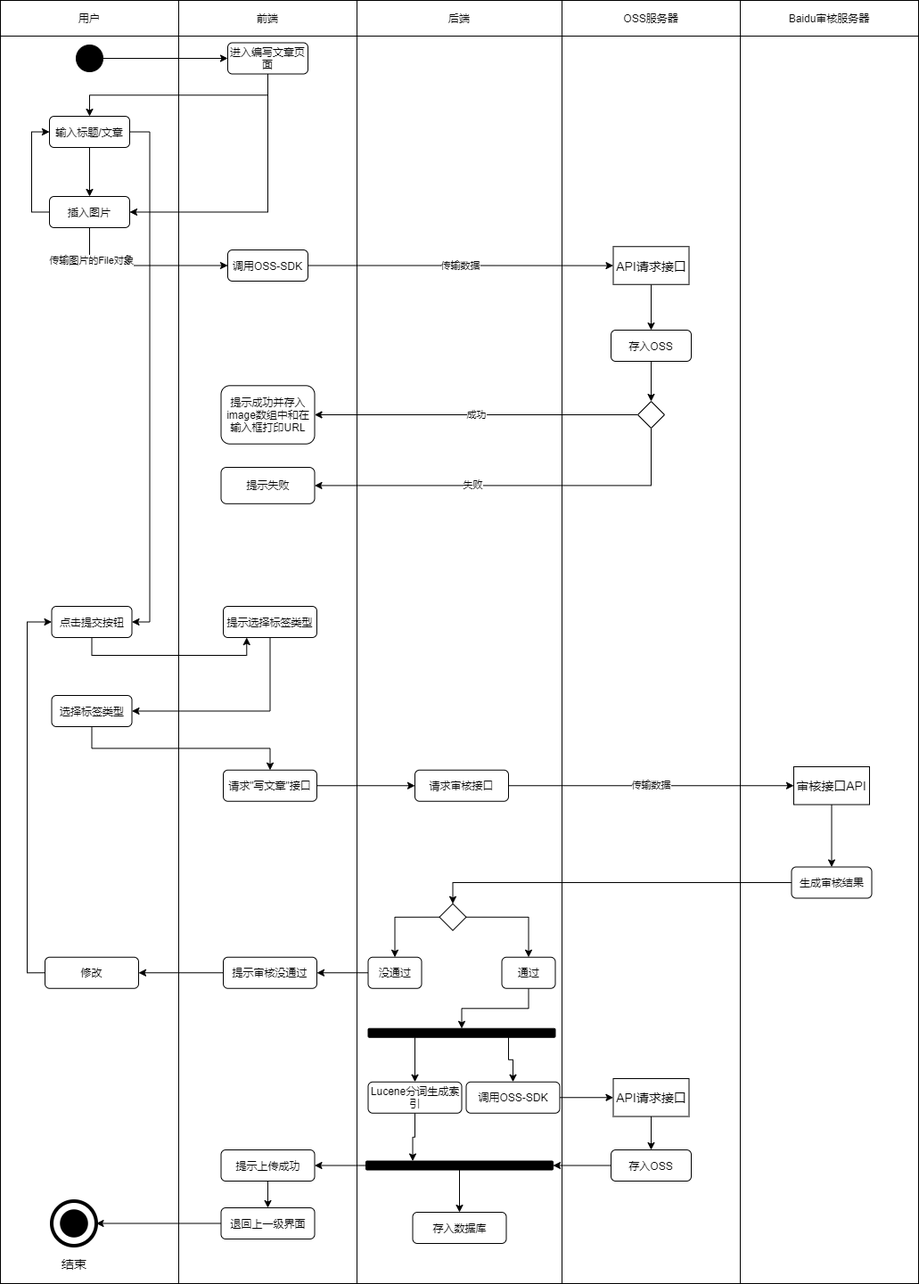
Jater0/Graduation keeps this draw.io diagram as user.bbs-article-impl.active.drawio.png. Above is the earlier version. Source tidied: cells renumbered, new cells last; positions are measured from the earlier drawing's top-left corner, leaving out a move shared by most shapes.
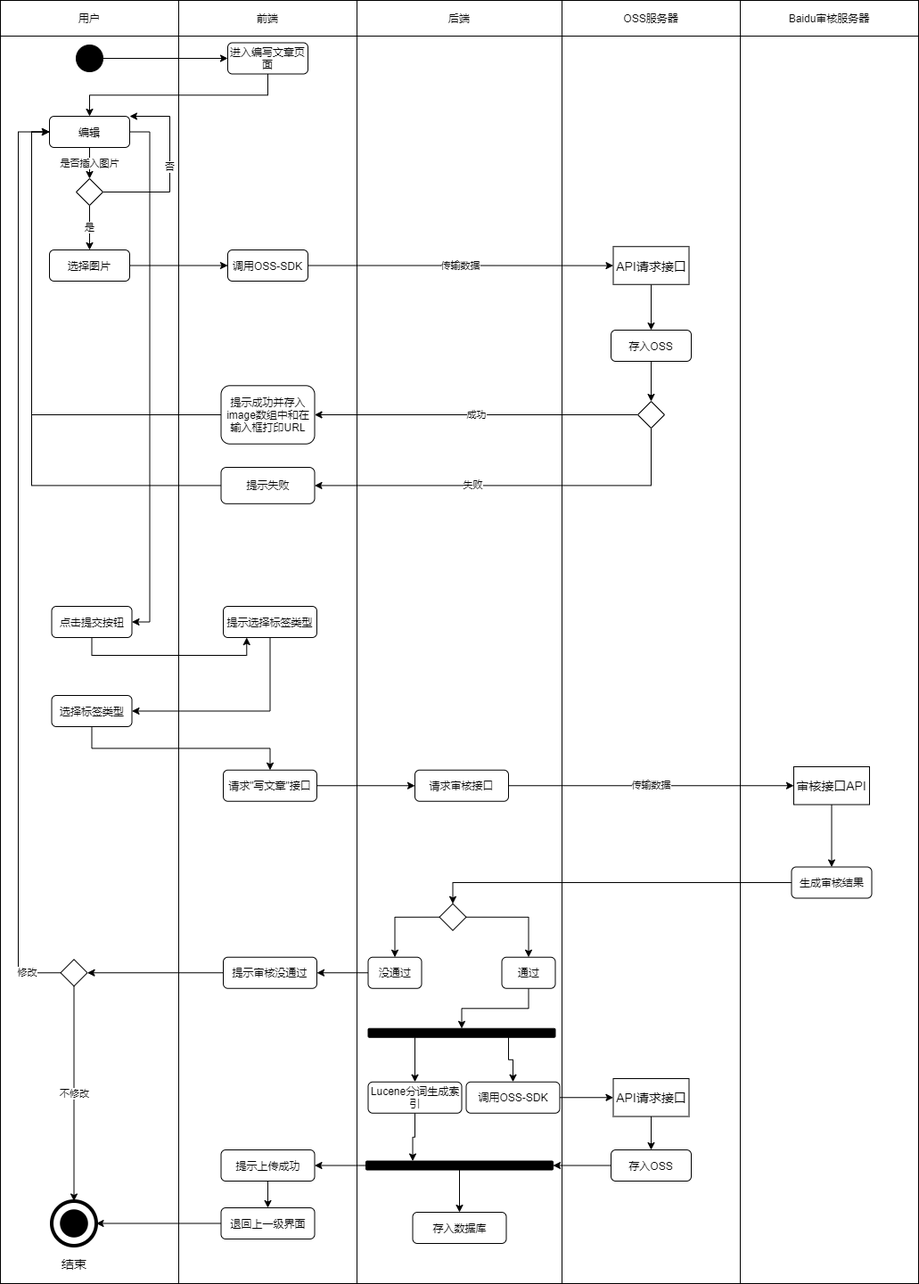
After the commit.

What changed in the source:
```diff
@@ -29,9 +29,6 @@
     <mxCell id="10" style="edgeStyle=orthogonalEdgeStyle;rounded=0;jettySize=auto;html=1;exitX=0.5;exitY=1;exitDx=0;exitDy=0;" parent="1" edge="1" source="12" target="18">
       <mxGeometry relative="1" as="geometry" />
     </mxCell>
-    <mxCell id="11" style="edgeStyle=orthogonalEdgeStyle;rounded=0;jettySize=auto;html=1;exitX=0.5;exitY=1;exitDx=0;exitDy=0;entryX=1;entryY=0.5;entryDx=0;entryDy=0;" parent="1" edge="1" source="12" target="22">
-      <mxGeometry relative="1" as="geometry" />
-    </mxCell>
     <mxCell id="12" value="进入编写文章页面" style="rounded=1;whiteSpace=wrap;html=1;" parent="1" vertex="1">
       <mxGeometry x="255" y="47.5" width="90" height="35" as="geometry" />
     </mxCell>
@@ -44,27 +41,15 @@
     <mxCell id="15" value="结束" style="text;html=1;strokeColor=none;fillColor=none;align=center;verticalAlign=middle;whiteSpace=wrap;rounded=0;fontSize=14;" parent="1" vertex="1">
       <mxGeometry x="62.5" y="1407.5" width="40" height="20" as="geometry" />
     </mxCell>
-    <mxCell id="16" style="edgeStyle=orthogonalEdgeStyle;rounded=0;jettySize=auto;html=1;exitX=0.5;exitY=1;exitDx=0;exitDy=0;entryX=0.5;entryY=0;entryDx=0;entryDy=0;" parent="1" edge="1" source="18" target="22">
-      <mxGeometry relative="1" as="geometry" />
-    </mxCell>
     <mxCell id="17" style="edgeStyle=orthogonalEdgeStyle;rounded=0;jettySize=auto;html=1;exitX=1;exitY=0.5;exitDx=0;exitDy=0;entryX=1;entryY=0.5;entryDx=0;entryDy=0;" parent="1" edge="1" source="18" target="28">
       <mxGeometry relative="1" as="geometry" />
     </mxCell>
+    <mxCell id="82" value="是否插入图片" style="edgeStyle=orthogonalEdgeStyle;rounded=0;jettySize=auto;html=1;exitX=0.5;exitY=1;exitDx=0;exitDy=0;entryX=0.5;entryY=0;entryDx=0;entryDy=0;" parent="1" edge="1" source="18" target="88">
+      <mxGeometry relative="1" as="geometry" />
+    </mxCell>
-    <mxCell id="18" value="输入标题/文章" style="rounded=1;whiteSpace=wrap;html=1;" parent="1" vertex="1">
+    <mxCell id="18" value="编辑" style="rounded=1;whiteSpace=wrap;html=1;" parent="1" vertex="1">
       <mxGeometry x="55" y="130" width="90" height="35" as="geometry" />
     </mxCell>
-    <mxCell id="19" style="edgeStyle=orthogonalEdgeStyle;rounded=0;jettySize=auto;html=1;exitX=0;exitY=0.5;exitDx=0;exitDy=0;entryX=0;entryY=0.5;entryDx=0;entryDy=0;" parent="1" edge="1" source="22" target="18">
-      <mxGeometry relative="1" as="geometry" />
-    </mxCell>
-    <mxCell id="20" style="edgeStyle=orthogonalEdgeStyle;rounded=0;jettySize=auto;html=1;exitX=0.5;exitY=1;exitDx=0;exitDy=0;entryX=0;entryY=0.5;entryDx=0;entryDy=0;" parent="1" edge="1" source="22" target="34">
-      <mxGeometry relative="1" as="geometry" />
-    </mxCell>
-    <mxCell id="21" value="传输图片的File对象" style="edgeLabel;html=1;align=center;verticalAlign=middle;" parent="20" vertex="1">
-      <mxGeometry x="-0.64" y="1" relative="1" as="geometry" />
-    </mxCell>
-    <mxCell id="22" value="插入图片" style="rounded=1;whiteSpace=wrap;html=1;" parent="1" vertex="1">
-      <mxGeometry x="55" y="220" width="90" height="35" as="geometry" />
-    </mxCell>
     <mxCell id="23" style="rounded=0;whiteSpace=wrap;html=1;" parent="1" vertex="1">
       <mxGeometry x="630" y="40" width="200" height="1400" as="geometry" />
     </mxCell>
@@ -161,18 +146,12 @@
     <mxCell id="54" value="没通过" style="rounded=1;whiteSpace=wrap;html=1;" parent="1" vertex="1">
       <mxGeometry x="412.5" y="1073.8" width="60" height="35" as="geometry" />
     </mxCell>
-    <mxCell id="55" style="edgeStyle=orthogonalEdgeStyle;rounded=0;jettySize=auto;html=1;exitX=0;exitY=0.5;exitDx=0;exitDy=0;entryX=1;entryY=0.5;entryDx=0;entryDy=0;" parent="1" edge="1" source="56" target="58">
+    <mxCell id="55" style="edgeStyle=orthogonalEdgeStyle;rounded=0;jettySize=auto;html=1;exitX=0;exitY=0.5;exitDx=0;exitDy=0;entryX=1;entryY=0.5;entryDx=0;entryDy=0;" parent="1" edge="1" source="56" target="85">
       <mxGeometry relative="1" as="geometry" />
     </mxCell>
     <mxCell id="56" value="提示审核没通过" style="rounded=1;whiteSpace=wrap;html=1;" parent="1" vertex="1">
       <mxGeometry x="250" y="1073.8" width="105" height="35" as="geometry" />
     </mxCell>
-    <mxCell id="57" style="edgeStyle=orthogonalEdgeStyle;rounded=0;jettySize=auto;html=1;exitX=0;exitY=0.5;exitDx=0;exitDy=0;entryX=0;entryY=0.5;entryDx=0;entryDy=0;" parent="1" edge="1" source="58" target="28">
-      <mxGeometry relative="1" as="geometry" />
-    </mxCell>
-    <mxCell id="58" value="修改" style="rounded=1;whiteSpace=wrap;html=1;" parent="1" vertex="1">
-      <mxGeometry x="50" y="1073.8" width="105" height="35" as="geometry" />
-    </mxCell>
     <mxCell id="59" style="edgeStyle=orthogonalEdgeStyle;rounded=0;jettySize=auto;html=1;exitX=0.25;exitY=1;exitDx=0;exitDy=0;entryX=0.5;entryY=0;entryDx=0;entryDy=0;" parent="1" edge="1" source="61" target="63">
       <mxGeometry relative="1" as="geometry" />
     </mxCell>
@@ -203,6 +182,9 @@
     <mxCell id="68" style="rhombus;whiteSpace=wrap;html=1;" parent="1" vertex="1">
       <mxGeometry x="715" y="450" width="30" height="30" as="geometry" />
     </mxCell>
+    <mxCell id="83" style="edgeStyle=orthogonalEdgeStyle;rounded=0;jettySize=auto;html=1;exitX=0;exitY=0.5;exitDx=0;exitDy=0;entryX=0;entryY=0.5;entryDx=0;entryDy=0;" parent="1" edge="1" source="69" target="18">
+      <mxGeometry relative="1" as="geometry" />
+    </mxCell>
     <mxCell id="69" value="提示失败" style="rounded=1;whiteSpace=wrap;html=1;" parent="1" vertex="1">
       <mxGeometry x="247.5" y="524" width="105" height="40.8" as="geometry" />
     </mxCell>
@@ -242,5 +224,42 @@
     <mxCell id="81" value="退回上一级界面" style="rounded=1;whiteSpace=wrap;html=1;" parent="1" vertex="1">
       <mxGeometry x="247.5" y="1355" width="105" height="35" as="geometry" />
     </mxCell>
+    <mxCell id="84" value="不修改" style="edgeStyle=orthogonalEdgeStyle;rounded=0;jettySize=auto;html=1;exitX=0.5;exitY=1;exitDx=0;exitDy=0;entryX=0.5;entryY=0;entryDx=0;entryDy=0;" parent="1" edge="1" source="85" target="13">
+      <mxGeometry relative="1" as="geometry" />
+    </mxCell>
+    <mxCell id="58" value="修改" style="edgeStyle=orthogonalEdgeStyle;rounded=0;jettySize=auto;html=1;exitX=0;exitY=0.5;exitDx=0;exitDy=0;entryX=0;entryY=0.5;entryDx=0;entryDy=0;" parent="1" edge="1" source="85" target="18">
+      <mxGeometry x="-0.93" relative="1" as="geometry">
+        <Array as="points">
+          <mxPoint x="20" y="1091" />
+          <mxPoint x="20" y="148" />
+        </Array>
+      </mxGeometry>
+    </mxCell>
+    <mxCell id="85" style="rhombus;whiteSpace=wrap;html=1;" parent="1" vertex="1">
+      <mxGeometry x="67.5" y="1076.2" width="30" height="30" as="geometry" />
+    </mxCell>
+    <mxCell id="86" value="是" style="edgeStyle=orthogonalEdgeStyle;rounded=0;jettySize=auto;html=1;exitX=0.5;exitY=1;exitDx=0;exitDy=0;" parent="1" edge="1" source="88" target="90">
+      <mxGeometry relative="1" as="geometry" />
+    </mxCell>
+    <mxCell id="87" value="否" style="edgeStyle=orthogonalEdgeStyle;rounded=0;jettySize=auto;html=1;exitX=1;exitY=0.5;exitDx=0;exitDy=0;entryX=1;entryY=0;entryDx=0;entryDy=0;" parent="1" edge="1" source="88" target="18">
+      <mxGeometry relative="1" as="geometry">
+        <Array as="points">
+          <mxPoint x="190" y="215" />
+          <mxPoint x="190" y="130" />
+        </Array>
+      </mxGeometry>
+    </mxCell>
+    <mxCell id="88" style="rhombus;whiteSpace=wrap;html=1;" parent="1" vertex="1">
+      <mxGeometry x="85" y="200" width="30" height="30" as="geometry" />
+    </mxCell>
+    <mxCell id="89" style="edgeStyle=orthogonalEdgeStyle;rounded=0;jettySize=auto;html=1;exitX=1;exitY=0.5;exitDx=0;exitDy=0;" parent="1" edge="1" source="90" target="34">
+      <mxGeometry relative="1" as="geometry" />
+    </mxCell>
+    <mxCell id="90" value="选择图片" style="rounded=1;whiteSpace=wrap;html=1;" parent="1" vertex="1">
+      <mxGeometry x="55" y="280" width="90" height="35" as="geometry" />
+    </mxCell>
+    <mxCell id="91" style="edgeStyle=orthogonalEdgeStyle;rounded=0;jettySize=auto;html=1;exitX=0;exitY=0.5;exitDx=0;exitDy=0;entryX=0;entryY=0.5;entryDx=0;entryDy=0;" parent="1" edge="1" source="39" target="18">
+      <mxGeometry relative="1" as="geometry" />
+    </mxCell>
   </root>
 </mxGraphModel>
```
